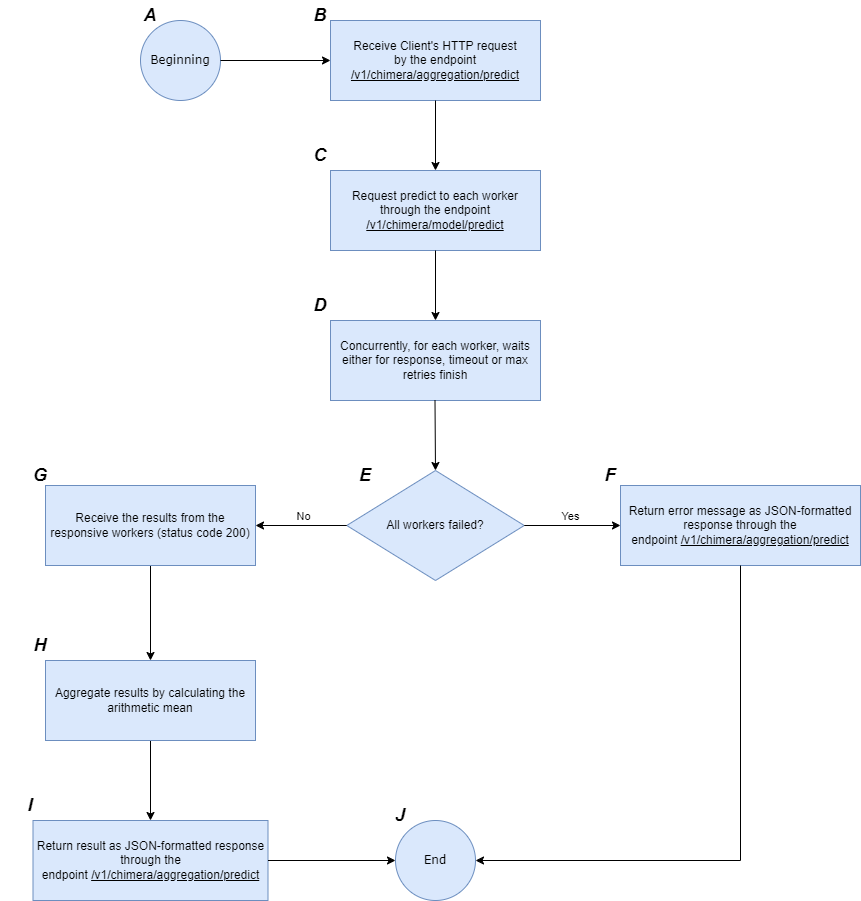
The draw.io diagram images/aggregation_master_predict_state_machine_flowchart.drawio.png in Samirnunes/chimera, before a commit. Source tidied: cells renumbered, new cells last; positions are measured from the earlier drawing's top-left corner, leaving out a move shared by most shapes.
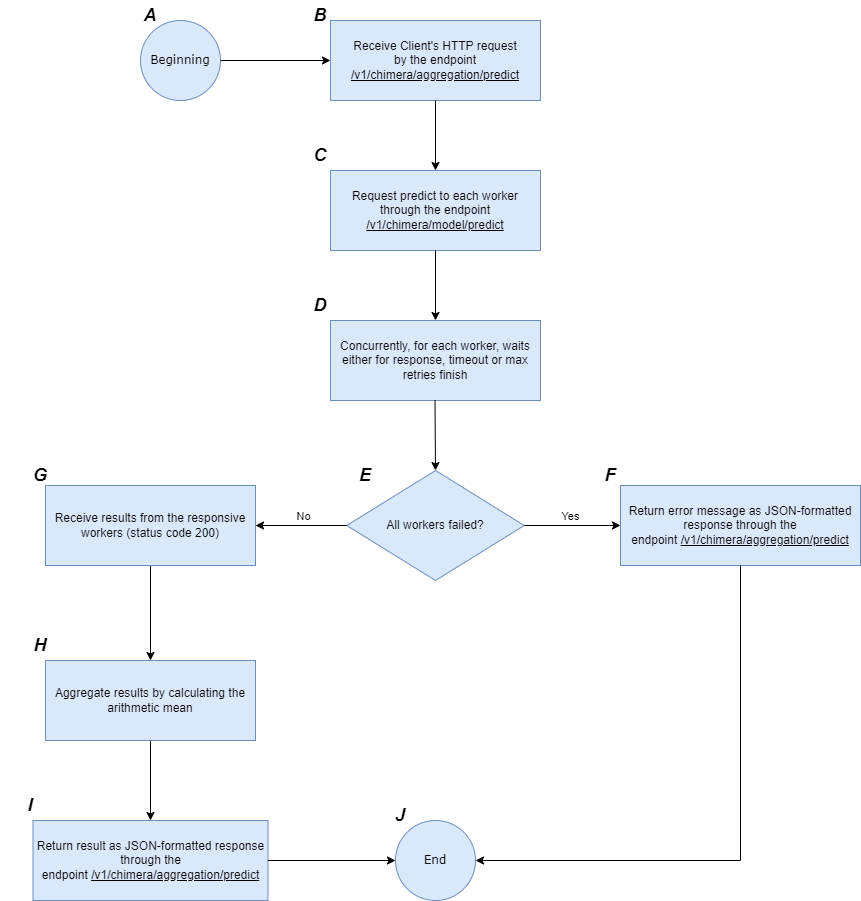
Later version of the same file.

What changed in the source:
```diff
@@ -26,7 +26,7 @@
     <mxCell id="9" style="edgeStyle=orthogonalEdgeStyle;rounded=0;jettySize=auto;html=1;" parent="1" edge="1" source="10" target="23">
       <mxGeometry relative="1" as="geometry" />
     </mxCell>
-    <mxCell id="10" value="Receive the results from the responsive workers (status code 200)" style="rounded=0;whiteSpace=wrap;html=1;fillColor=#dae8fc;strokeColor=#6c8ebf;" parent="1" vertex="1">
+    <mxCell id="10" value="Receive results from the responsive workers (status code 200)" style="rounded=0;whiteSpace=wrap;html=1;fillColor=#dae8fc;strokeColor=#6c8ebf;" parent="1" vertex="1">
       <mxGeometry x="45" y="485" width="210" height="80" as="geometry" />
     </mxCell>
     <mxCell id="11" style="endArrow=classic;html=1;rounded=0;exitX=0.5;exitY=1;exitDx=0;exitDy=0;entryX=0.5;entryY=0;entryDx=0;entryDy=0;" parent="1" edge="1" source="5">
```
